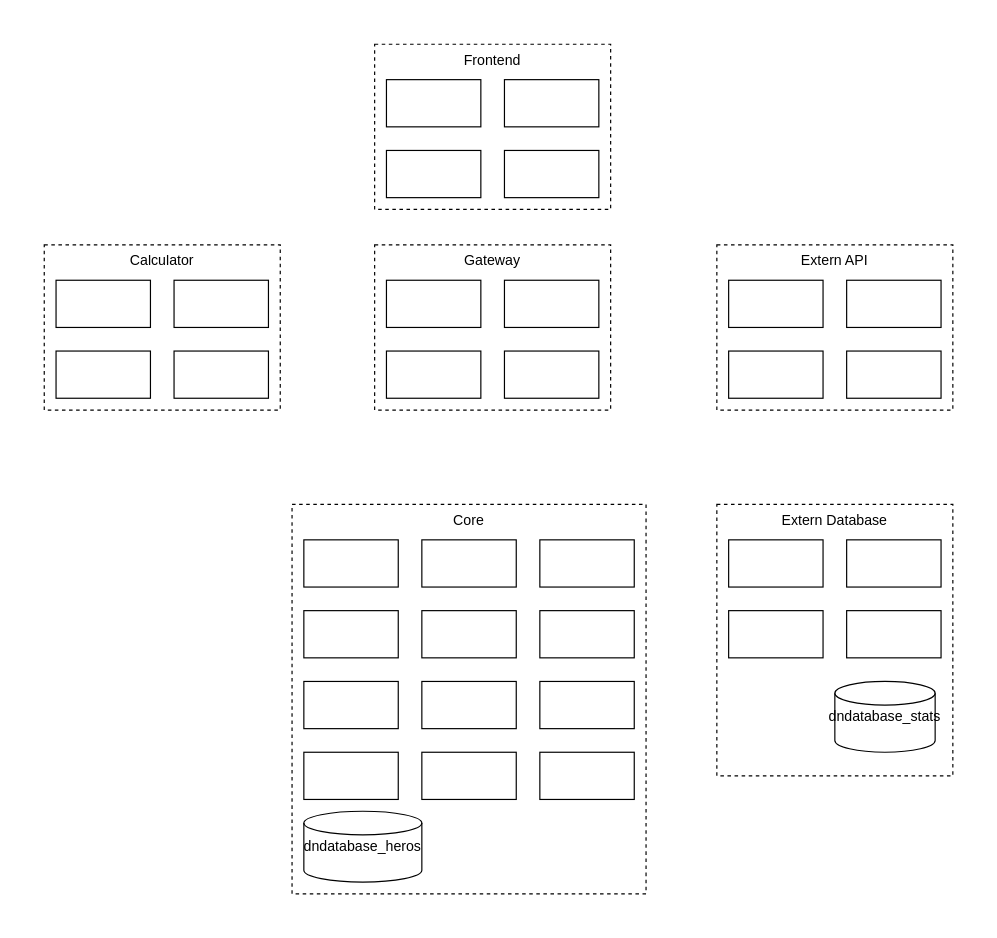
Above: Documents/Diagram.drawio in f-unre4l/DungeonsAndDatabases_Core (draw.io), before the change. Source tidied: cells renumbered, new cells numbered last; positions are measured from the earlier drawing's top-left corner, leaving out a move shared by most shapes. Both pictures are drawn from the tidied source at 118%, with x=0, y=0 at pixel (44, 44).
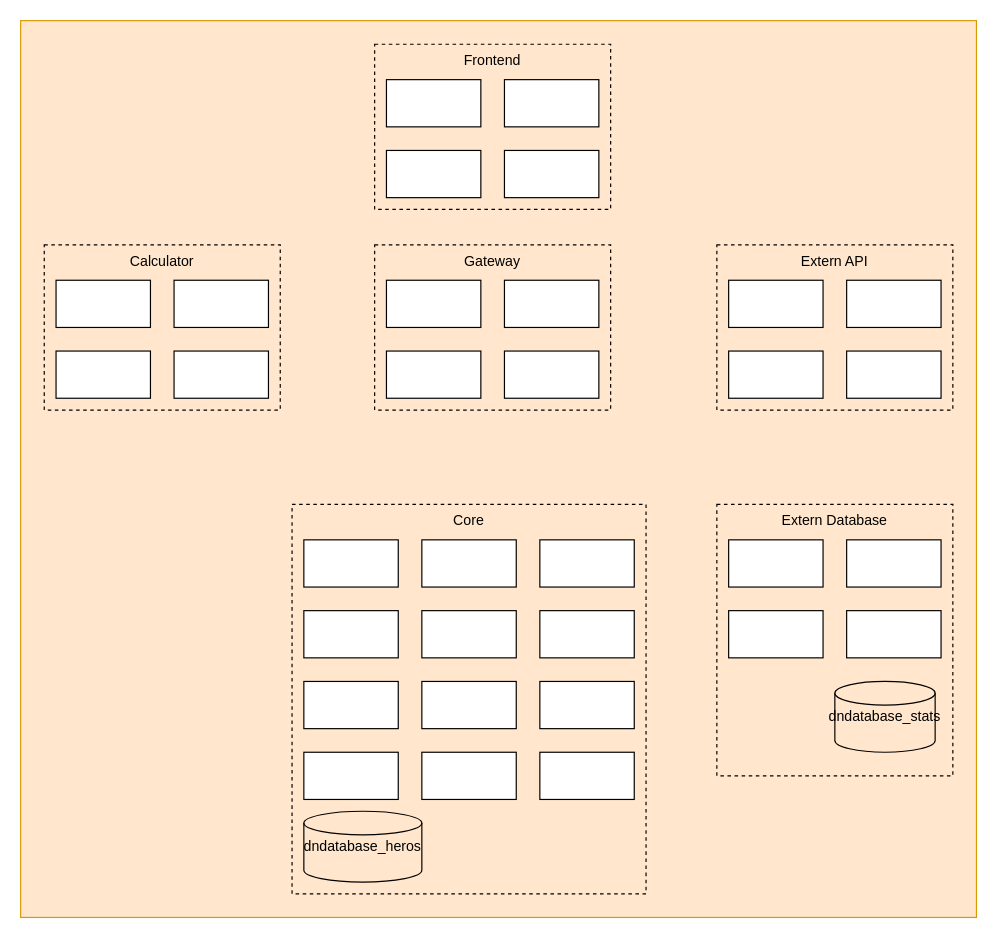
The same page after the edit.

The edit, as a diff of the source:
```diff
@@
+    <mxCell id="42" style="rounded=0;whiteSpace=wrap;html=1;fillColor=#ffe6cc;strokeColor=#d79b00;" parent="1" vertex="1">
+      <mxGeometry x="-20" y="-20" width="810" height="760" as="geometry" />
+    </mxCell>
```
